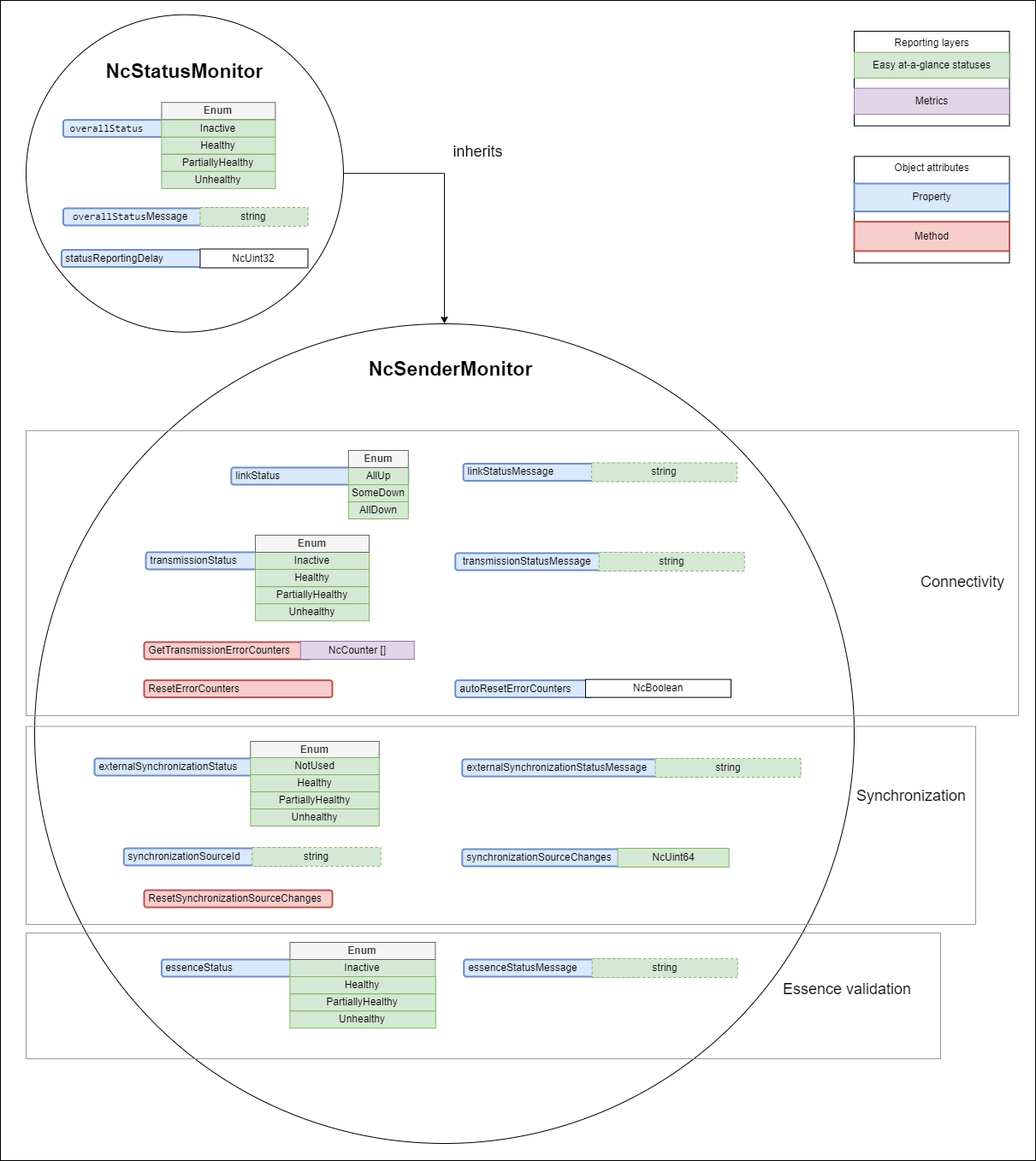
The draw.io diagram docs/images/sender-model-minimal.png in AMWA-TV/bcp-008-02, before a commit. Source tidied: cells renumbered, new cells last; positions are measured from the earlier drawing's top-left corner, leaving out a move shared by most shapes.
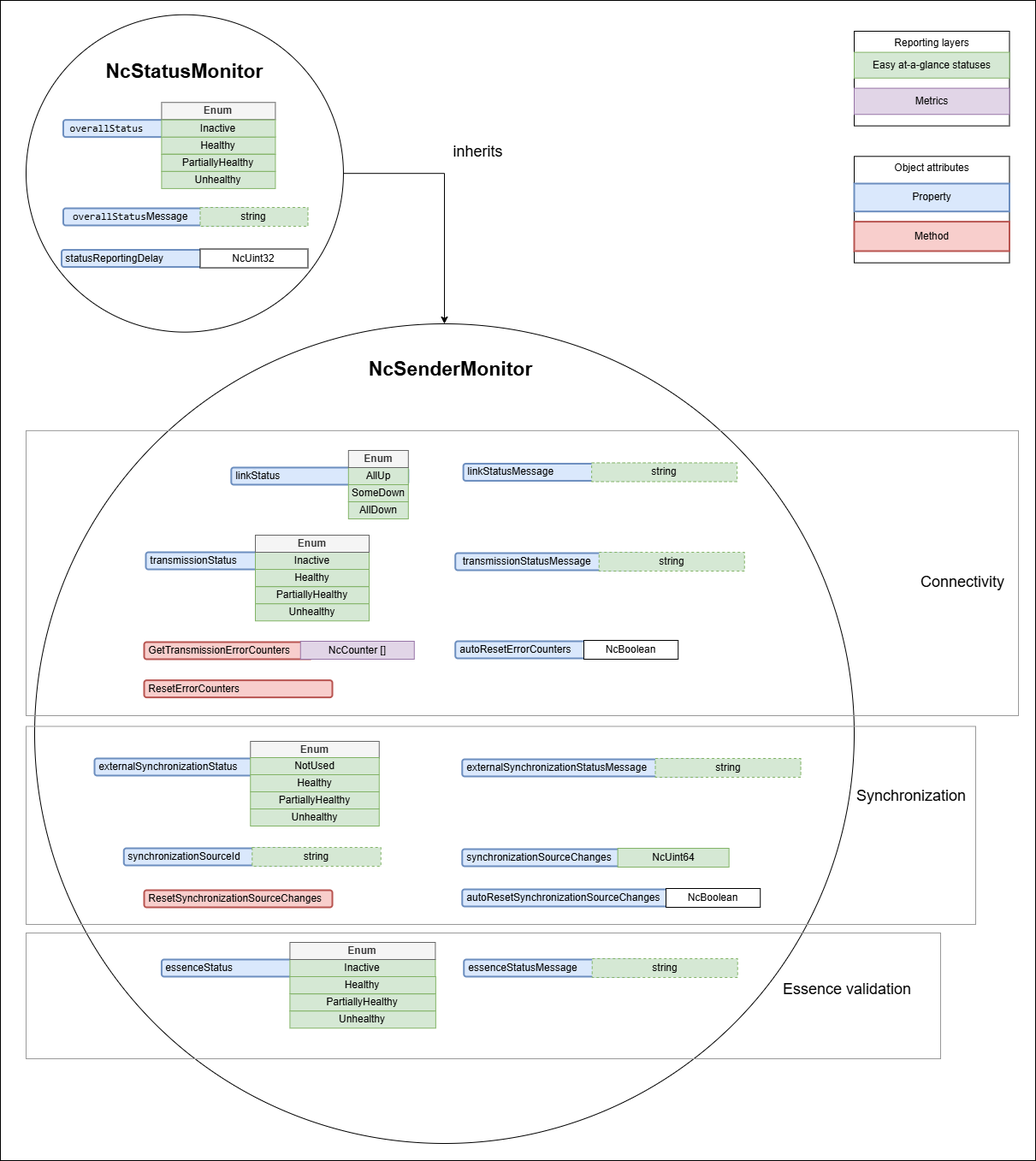
The same file after the commit.

Commit message:
Add autoResetSynchronizationSourceChanges property

Change to the diagram source:
```diff
@@ -202,11 +202,8 @@
       <mxGeometry x="233.5" y="290.5" width="126" height="22" as="geometry" />
     </mxCell>
     <mxCell id="67" value="&amp;nbsp;autoResetErrorCounters" style="rounded=1;whiteSpace=wrap;html=1;align=left;fillColor=#dae8fc;strokeColor=#6c8ebf;strokeWidth=2;" parent="1" vertex="1">
-      <mxGeometry x="531.7" y="794.6" width="160" height="20" as="geometry" />
+      <mxGeometry x="531.7" y="749" width="160" height="20" as="geometry" />
     </mxCell>
-    <mxCell id="68" value="NcBoolean" style="rounded=0;whiteSpace=wrap;html=1;" parent="1" vertex="1">
-      <mxGeometry x="684" y="793.6" width="170" height="21" as="geometry" />
-    </mxCell>
     <mxCell id="69" value="&amp;nbsp;ResetSynchronizationSourceChanges" style="rounded=1;whiteSpace=wrap;html=1;align=left;fillColor=#f8cecc;strokeColor=#b85450;strokeWidth=2;" parent="1" vertex="1">
       <mxGeometry x="168" y="1040" width="220" height="20" as="geometry" />
     </mxCell>
@@ -216,5 +213,14 @@
     <mxCell id="71" value="NcUint64" style="rounded=0;whiteSpace=wrap;html=1;fillColor=#d5e8d4;strokeColor=#82b366;" parent="1" vertex="1">
       <mxGeometry x="721.6" y="991" width="130" height="22" as="geometry" />
     </mxCell>
+    <mxCell id="72" value="&amp;nbsp;autoResetSynchronizationSourceChanges" style="rounded=1;whiteSpace=wrap;html=1;align=left;fillColor=#dae8fc;strokeColor=#6c8ebf;strokeWidth=2;" parent="1" vertex="1">
+      <mxGeometry x="539.8" y="1039" width="240.2" height="20" as="geometry" />
+    </mxCell>
+    <mxCell id="73" value="NcBoolean" style="rounded=0;whiteSpace=wrap;html=1;" parent="1" vertex="1">
+      <mxGeometry x="778" y="1038" width="110.2" height="22" as="geometry" />
+    </mxCell>
+    <mxCell id="74" value="NcBoolean" style="rounded=0;whiteSpace=wrap;html=1;" parent="1" vertex="1">
+      <mxGeometry x="682" y="748" width="110.2" height="22" as="geometry" />
+    </mxCell>
   </root>
 </mxGraphModel>
```
